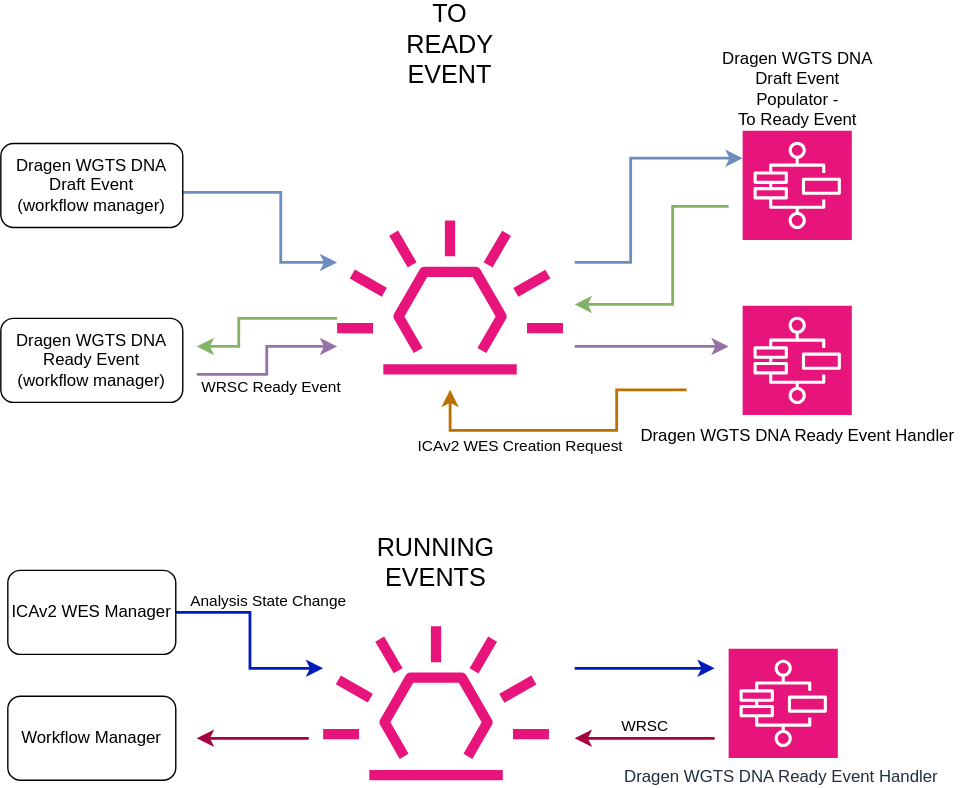
This is docs/drawio-exports/dragen-tso-ctdna.drawio.svg from OrcaBus/service-dragen-wgts-dna-pipeline-manager, a draw.io export, as it was before one commit. Source tidied: cells renumbered, new cells last; positions are measured from the earlier drawing's top-left corner, leaving out a move shared by most shapes.
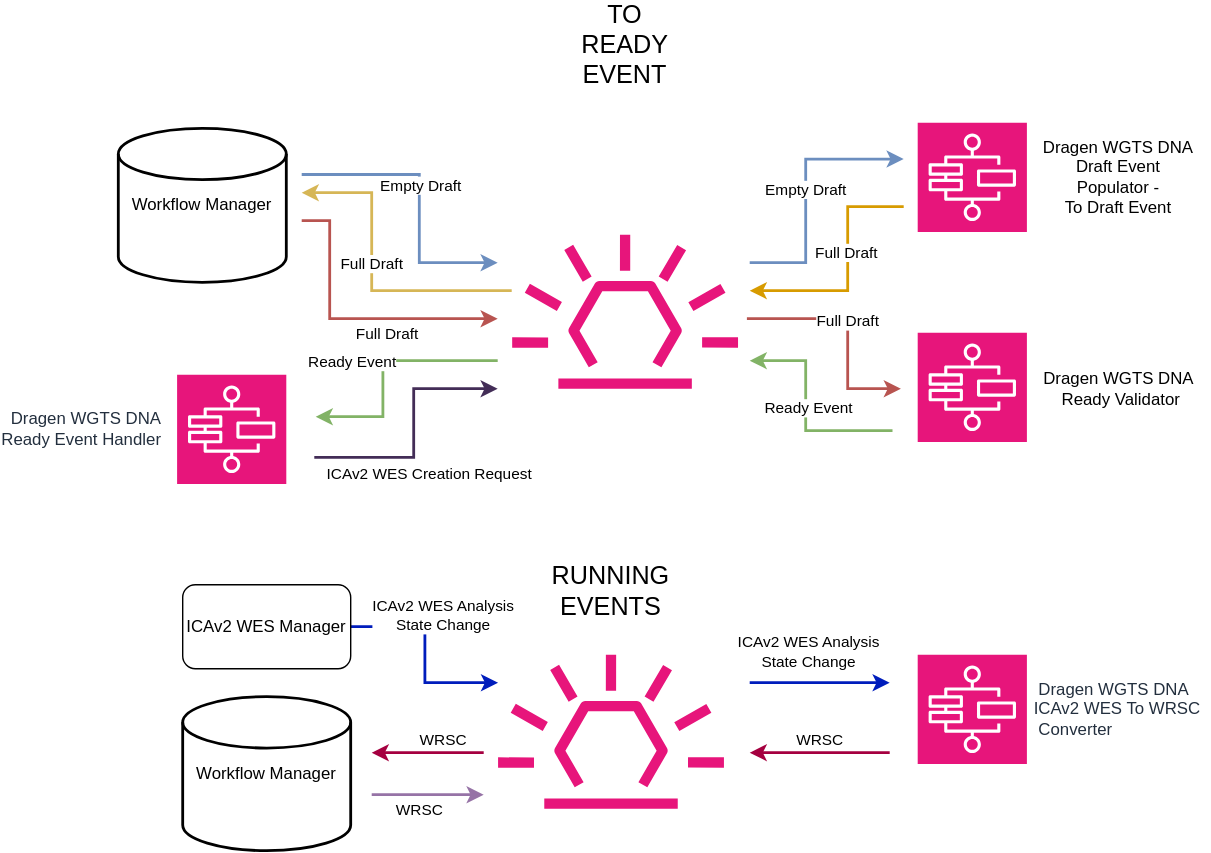
The same file after the commit.

Diff of the diagram source:
```diff
@@ -2,165 +2,246 @@
   <root>
     <mxCell id="0" />
     <mxCell id="1" parent="0" />
-    <mxCell id="2" style="edgeStyle=orthogonalEdgeStyle;rounded=0;jettySize=auto;html=1;fillColor=#dae8fc;strokeColor=#6c8ebf;strokeWidth=2;" parent="1" edge="1" source="3" target="4">
+    <mxCell id="2" style="edgeStyle=orthogonalEdgeStyle;rounded=0;orthogonalLoop=1;jettySize=auto;html=1;fillColor=#dae8fc;strokeColor=#6c8ebf;strokeWidth=2;" parent="1" edge="1">
       <mxGeometry relative="1" as="geometry">
+        <mxPoint x="90" y="107" as="sourcePoint" />
+        <mxPoint x="230" y="170" as="targetPoint" />
         <Array as="points">
-          <mxPoint x="200" y="120" />
-          <mxPoint x="200" y="170" />
+          <mxPoint x="174" y="107" />
+          <mxPoint x="174" y="170" />
         </Array>
       </mxGeometry>
     </mxCell>
-    <mxCell id="3" value="Dragen WGTS DNA Draft Event&lt;br&gt;(workflow manager)" style="rounded=1;whiteSpace=wrap;html=1;" parent="1" vertex="1">
-      <mxGeometry y="85" width="130" height="60" as="geometry" />
-    </mxCell>
+    <mxCell id="30" value="Empty Draft" style="edgeLabel;html=1;align=center;verticalAlign=middle;" parent="2" vertex="1">
+      <mxGeometry x="0.06" y="-5" relative="1" as="geometry">
+        <mxPoint x="5" y="-17" as="offset" />
+      </mxGeometry>
+    </mxCell>
+    <mxCell id="31" style="edgeStyle=orthogonalEdgeStyle;rounded=0;orthogonalLoop=1;jettySize=auto;html=1;fillColor=#f8cecc;strokeColor=#b85450;strokeWidth=2;" parent="1" edge="1">
+      <mxGeometry relative="1" as="geometry">
+        <mxPoint x="90" y="140" as="sourcePoint" />
+        <mxPoint x="230" y="210" as="targetPoint" />
+        <Array as="points">
+          <mxPoint x="110" y="140" />
+          <mxPoint x="110" y="210" />
+        </Array>
+      </mxGeometry>
+    </mxCell>
+    <mxCell id="32" value="Full Draft" style="edgeLabel;html=1;align=center;verticalAlign=middle;" parent="31" vertex="1">
+      <mxGeometry x="-0.49" y="1" relative="1" as="geometry">
+        <mxPoint x="39" y="46" as="offset" />
+      </mxGeometry>
+    </mxCell>
     <mxCell id="4" style="sketch=0;outlineConnect=0;fontColor=#232F3E;gradientColor=none;fillColor=#E7157B;strokeColor=none;dashed=0;verticalLabelPosition=bottom;verticalAlign=top;align=center;html=1;fontSize=12;fontStyle=0;shape=mxgraph.aws4.eventbridge_default_event_bus_resource;" parent="1" vertex="1">
-      <mxGeometry x="240" y="140" width="161.9" height="110" as="geometry" />
+      <mxGeometry x="240.1" y="150" width="161.9" height="110" as="geometry" />
     </mxCell>
-    <mxCell id="5" value="Dragen WGTS DNA Ready Event&lt;br&gt;(workflow manager)" style="rounded=1;whiteSpace=wrap;html=1;" parent="1" vertex="1">
-      <mxGeometry y="210" width="130" height="60" as="geometry" />
-    </mxCell>
     <mxCell id="6" style="sketch=0;points=[[0,0,0],[0.25,0,0],[0.5,0,0],[0.75,0,0],[1,0,0],[0,1,0],[0.25,1,0],[0.5,1,0],[0.75,1,0],[1,1,0],[0,0.25,0],[0,0.5,0],[0,0.75,0],[1,0.25,0],[1,0.5,0],[1,0.75,0]];outlineConnect=0;fontColor=#232F3E;fillColor=#E7157B;strokeColor=#ffffff;dashed=0;verticalLabelPosition=bottom;verticalAlign=top;align=center;html=1;fontSize=12;fontStyle=0;shape=mxgraph.aws4.resourceIcon;resIcon=mxgraph.aws4.step_functions;" parent="1" vertex="1">
-      <mxGeometry x="530" y="76" width="78" height="78" as="geometry" />
+      <mxGeometry x="530" y="70" width="78" height="78" as="geometry" />
     </mxCell>
     <mxCell id="7" style="sketch=0;fontColor=#232F3E;fillColor=#E7157B;strokeColor=#ffffff;dashed=0;verticalLabelPosition=bottom;verticalAlign=top;align=center;html=1;fontSize=12;fontStyle=0;shape=mxgraph.aws4.resourceIcon;resIcon=mxgraph.aws4.step_functions;" parent="1" vertex="1">
-      <mxGeometry x="530" y="201" width="78" height="78" as="geometry" />
+      <mxGeometry x="530" y="220" width="78" height="78" as="geometry" />
     </mxCell>
     <mxCell id="8" style="edgeStyle=orthogonalEdgeStyle;rounded=0;jettySize=auto;html=1;fillColor=#0050ef;strokeColor=#001DBC;strokeWidth=2;" parent="1" edge="1" source="10" target="11">
       <mxGeometry relative="1" as="geometry">
         <Array as="points">
-          <mxPoint x="178" y="420" />
-          <mxPoint x="178" y="460" />
+          <mxPoint x="178" y="430" />
+          <mxPoint x="178" y="470" />
         </Array>
       </mxGeometry>
     </mxCell>
-    <mxCell id="9" value="Analysis State Change" style="edgeLabel;html=1;align=center;verticalAlign=middle;" parent="8" vertex="1">
+    <mxCell id="9" value="ICAv2 WES Analysis&lt;div&gt;State Change&lt;/div&gt;" style="edgeLabel;html=1;align=center;verticalAlign=middle;" parent="8" vertex="1">
       <mxGeometry x="-0.3" y="9" relative="1" as="geometry">
         <mxPoint x="14" as="offset" />
       </mxGeometry>
     </mxCell>
     <mxCell id="10" value="ICAv2 WES Manager" style="rounded=1;whiteSpace=wrap;html=1;" parent="1" vertex="1">
-      <mxGeometry x="5" y="390" width="120" height="60" as="geometry" />
+      <mxGeometry x="5" y="400" width="120" height="60" as="geometry" />
     </mxCell>
     <mxCell id="11" style="sketch=0;outlineConnect=0;fontColor=#232F3E;gradientColor=none;fillColor=#E7157B;strokeColor=none;dashed=0;verticalLabelPosition=bottom;verticalAlign=top;align=center;html=1;fontSize=12;fontStyle=0;shape=mxgraph.aws4.eventbridge_default_event_bus_resource;" parent="1" vertex="1">
-      <mxGeometry x="230" y="430" width="161.9" height="110" as="geometry" />
+      <mxGeometry x="230" y="450" width="161.9" height="110" as="geometry" />
     </mxCell>
-    <mxCell id="12" value="Dragen WGTS DNA Ready Event Handler&amp;nbsp;" style="sketch=0;fontColor=#232F3E;fillColor=#E7157B;strokeColor=#ffffff;dashed=0;verticalLabelPosition=bottom;verticalAlign=top;align=center;html=1;fontSize=12;fontStyle=0;shape=mxgraph.aws4.resourceIcon;resIcon=mxgraph.aws4.step_functions;" parent="1" vertex="1">
-      <mxGeometry x="520" y="446" width="78" height="78" as="geometry" />
+    <mxCell id="12" value="Dragen WGTS DNA&amp;nbsp; &amp;nbsp;&lt;div&gt;Ready Event Handler&amp;nbsp; &amp;nbsp;&lt;/div&gt;" style="sketch=0;fontColor=#232F3E;fillColor=#E7157B;strokeColor=#ffffff;dashed=0;verticalLabelPosition=middle;verticalAlign=middle;align=right;html=1;fontSize=12;fontStyle=0;shape=mxgraph.aws4.resourceIcon;resIcon=mxgraph.aws4.step_functions;labelPosition=left;" parent="1" vertex="1">
+      <mxGeometry x="1" y="250" width="78" height="78" as="geometry" />
     </mxCell>
-    <mxCell id="13" value="Workflow Manager" style="rounded=1;whiteSpace=wrap;html=1;" parent="1" vertex="1">
-      <mxGeometry x="5" y="480" width="120" height="60" as="geometry" />
-    </mxCell>
-    <mxCell id="14" style="edgeStyle=orthogonalEdgeStyle;rounded=0;jettySize=auto;html=1;fillColor=#dae8fc;strokeColor=#6c8ebf;strokeWidth=2;entryX=0;entryY=0.25;entryDx=0;entryDy=0;entryPerimeter=0;" parent="1" edge="1" target="6">
+    <mxCell id="14" style="edgeStyle=orthogonalEdgeStyle;rounded=0;orthogonalLoop=1;jettySize=auto;html=1;fillColor=#dae8fc;strokeColor=#6c8ebf;strokeWidth=2;" parent="1" edge="1">
       <mxGeometry relative="1" as="geometry">
         <mxPoint x="410" y="170" as="sourcePoint" />
+        <mxPoint x="520" y="96" as="targetPoint" />
         <Array as="points">
           <mxPoint x="450" y="170" />
           <mxPoint x="450" y="96" />
         </Array>
       </mxGeometry>
     </mxCell>
+    <mxCell id="33" value="Empty Draft" style="edgeLabel;html=1;align=center;verticalAlign=middle;" parent="14" vertex="1">
+      <mxGeometry x="0.01" y="1" relative="1" as="geometry" />
+    </mxCell>
-    <mxCell id="15" style="edgeStyle=orthogonalEdgeStyle;rounded=0;orthogonalLoop=1;jettySize=auto;html=1;fillColor=#d5e8d4;strokeColor=#82b366;strokeWidth=2;" parent="1" edge="1">
+    <mxCell id="15" style="edgeStyle=orthogonalEdgeStyle;rounded=0;orthogonalLoop=1;jettySize=auto;html=1;fillColor=#ffe6cc;strokeColor=#d79b00;strokeWidth=2;" parent="1" edge="1">
       <mxGeometry relative="1" as="geometry">
         <mxPoint x="520" y="130" as="sourcePoint" />
-        <mxPoint x="410" y="200" as="targetPoint" />
+        <mxPoint x="410" y="190" as="targetPoint" />
         <Array as="points">
+          <mxPoint x="520" y="130" />
           <mxPoint x="480" y="130" />
-          <mxPoint x="480" y="200" />
-          <mxPoint x="410" y="200" />
+          <mxPoint x="480" y="190" />
         </Array>
       </mxGeometry>
     </mxCell>
+    <mxCell id="34" value="Full Draft" style="edgeLabel;html=1;align=center;verticalAlign=middle;" parent="15" vertex="1">
+      <mxGeometry x="-0.26" y="-2" relative="1" as="geometry">
+        <mxPoint y="9" as="offset" />
+      </mxGeometry>
+    </mxCell>
-    <mxCell id="16" style="edgeStyle=orthogonalEdgeStyle;rounded=0;jettySize=auto;html=1;fillColor=#d5e8d4;strokeColor=#82b366;strokeWidth=2;" parent="1" edge="1" source="4">
+    <mxCell id="16" style="edgeStyle=orthogonalEdgeStyle;rounded=0;orthogonalLoop=1;jettySize=auto;html=1;fillColor=#fff2cc;strokeColor=#d6b656;strokeWidth=2;" parent="1" edge="1">
       <mxGeometry relative="1" as="geometry">
-        <mxPoint x="140" y="230" as="targetPoint" />
+        <mxPoint x="240" y="190" as="sourcePoint" />
+        <mxPoint x="90" y="120" as="targetPoint" />
         <Array as="points">
-          <mxPoint x="170" y="210" />
-          <mxPoint x="170" y="230" />
+          <mxPoint x="140" y="190" />
+          <mxPoint x="140" y="120" />
         </Array>
       </mxGeometry>
     </mxCell>
-    <mxCell id="17" style="edgeStyle=orthogonalEdgeStyle;rounded=0;jettySize=auto;html=1;fillColor=#e1d5e7;strokeColor=#9673a6;strokeWidth=2;" parent="1" edge="1" target="4">
-      <mxGeometry relative="1" as="geometry">
-        <mxPoint x="140" y="250" as="sourcePoint" />
-        <Array as="points">
-          <mxPoint x="190" y="250" />
-          <mxPoint x="190" y="230" />
-        </Array>
-      </mxGeometry>
-    </mxCell>
-    <mxCell id="18" value="WRSC Ready Event" style="edgeLabel;html=1;align=center;verticalAlign=middle;" parent="17" vertex="1">
-      <mxGeometry x="-0.17" y="-8" relative="1" as="geometry">
-        <mxPoint x="-6" y="8" as="offset" />
-      </mxGeometry>
-    </mxCell>
+    <mxCell id="35" value="Full Draft" style="edgeLabel;html=1;align=center;verticalAlign=middle;" parent="16" vertex="1">
+      <mxGeometry x="-0.21" y="-2" relative="1" as="geometry">
+        <mxPoint x="-14" y="-18" as="offset" />
+      </mxGeometry>
+    </mxCell>
-    <mxCell id="19" style="edgeStyle=orthogonalEdgeStyle;rounded=0;orthogonalLoop=1;jettySize=auto;html=1;fillColor=#e1d5e7;strokeColor=#9673a6;strokeWidth=2;" parent="1" edge="1">
+    <mxCell id="19" style="edgeStyle=orthogonalEdgeStyle;rounded=0;orthogonalLoop=1;jettySize=auto;html=1;fillColor=#f8cecc;strokeColor=#b85450;strokeWidth=2;" parent="1" edge="1">
       <mxGeometry relative="1" as="geometry">
-        <mxPoint x="410" y="230" as="sourcePoint" />
-        <mxPoint x="520" y="230" as="targetPoint" />
+        <mxPoint x="408" y="210" as="sourcePoint" />
+        <mxPoint x="518" y="260" as="targetPoint" />
         <Array as="points">
-          <mxPoint x="480" y="230" />
-          <mxPoint x="480" y="230" />
+          <mxPoint x="480" y="210" />
+          <mxPoint x="480" y="260" />
+          <mxPoint x="518" y="260" />
         </Array>
       </mxGeometry>
     </mxCell>
+    <mxCell id="36" value="Full Draft" style="edgeLabel;html=1;align=center;verticalAlign=middle;" parent="19" vertex="1">
+      <mxGeometry x="-0.11" y="-1" relative="1" as="geometry" />
+    </mxCell>
-    <mxCell id="20" value="Dragen WGTS DNA &lt;br&gt;Draft Event &lt;br&gt;Populator - &lt;br&gt;To Ready Event" style="text;html=1;align=center;verticalAlign=middle;strokeColor=none;fillColor=none;" parent="1" vertex="1">
-      <mxGeometry x="504" y="11" width="130" height="70" as="geometry" />
+    <mxCell id="20" value="Dragen WGTS DNA &lt;br&gt;Draft Event &lt;br&gt;Populator - &lt;br&gt;To Draft Event" style="text;html=1;align=center;verticalAlign=middle;strokeColor=none;fillColor=none;" parent="1" vertex="1">
+      <mxGeometry x="608" y="74" width="130" height="70" as="geometry" />
     </mxCell>
-    <mxCell id="21" value="Dragen WGTS DNA Ready Event Handler" style="text;html=1;align=center;verticalAlign=middle;strokeColor=none;fillColor=none;" parent="1" vertex="1">
-      <mxGeometry x="444" y="279" width="250" height="30" as="geometry" />
+    <mxCell id="21" value="Dragen WGTS DNA&amp;nbsp;&lt;div&gt;Ready Validator&lt;/div&gt;" style="text;html=1;align=center;verticalAlign=middle;strokeColor=none;fillColor=none;" parent="1" vertex="1">
+      <mxGeometry x="610" y="240" width="130" height="40" as="geometry" />
     </mxCell>
     <mxCell id="22" value="&lt;font style=&quot;font-size: 18px;&quot;&gt;TO READY EVENT&lt;/font&gt;" style="text;html=1;align=center;verticalAlign=middle;whiteSpace=wrap;rounded=0;" parent="1" vertex="1">
       <mxGeometry x="291" width="60" height="30" as="geometry" />
     </mxCell>
     <mxCell id="23" value="&lt;span style=&quot;font-size: 18px;&quot;&gt;RUNNING EVENTS&lt;/span&gt;" style="text;html=1;align=center;verticalAlign=middle;whiteSpace=wrap;rounded=0;" parent="1" vertex="1">
-      <mxGeometry x="280.9" y="370" width="60" height="30" as="geometry" />
+      <mxGeometry x="280.9" y="390" width="60" height="30" as="geometry" />
     </mxCell>
     <mxCell id="24" style="edgeStyle=orthogonalEdgeStyle;rounded=0;orthogonalLoop=1;jettySize=auto;html=1;fillColor=#0050ef;strokeColor=#001DBC;strokeWidth=2;" parent="1" edge="1">
       <mxGeometry relative="1" as="geometry">
-        <mxPoint x="410" y="460" as="sourcePoint" />
-        <mxPoint x="510" y="460" as="targetPoint" />
+        <mxPoint x="410" y="470" as="sourcePoint" />
+        <mxPoint x="510" y="470" as="targetPoint" />
         <Array as="points">
-          <mxPoint x="510" y="460" />
+          <mxPoint x="510" y="470" />
         </Array>
       </mxGeometry>
     </mxCell>
     <mxCell id="25" style="edgeStyle=orthogonalEdgeStyle;rounded=0;orthogonalLoop=1;jettySize=auto;html=1;fillColor=#d80073;strokeColor=#A50040;strokeWidth=2;" parent="1" edge="1">
       <mxGeometry relative="1" as="geometry">
-        <mxPoint x="510" y="510" as="sourcePoint" />
-        <mxPoint x="410" y="510" as="targetPoint" />
+        <mxPoint x="510" y="520" as="sourcePoint" />
+        <mxPoint x="410" y="520" as="targetPoint" />
         <Array as="points">
-          <mxPoint x="470" y="510" />
-          <mxPoint x="470" y="510" />
+          <mxPoint x="470" y="520" />
+          <mxPoint x="470" y="520" />
         </Array>
       </mxGeometry>
     </mxCell>
     <mxCell id="26" style="edgeStyle=orthogonalEdgeStyle;rounded=0;orthogonalLoop=1;jettySize=auto;html=1;fillColor=#d80073;strokeColor=#A50040;strokeWidth=2;" parent="1" edge="1">
       <mxGeometry relative="1" as="geometry">
-        <mxPoint x="220" y="510" as="sourcePoint" />
-        <mxPoint x="140" y="510" as="targetPoint" />
+        <mxPoint x="220" y="520" as="sourcePoint" />
+        <mxPoint x="140" y="520" as="targetPoint" />
         <Array as="points">
-          <mxPoint x="140" y="510" />
+          <mxPoint x="140" y="520" />
         </Array>
       </mxGeometry>
     </mxCell>
-    <mxCell id="27" style="edgeStyle=orthogonalEdgeStyle;rounded=0;orthogonalLoop=1;jettySize=auto;html=1;fillColor=#f0a30a;strokeColor=#BD7000;strokeWidth=2;" parent="1" edge="1">
+    <mxCell id="27" style="edgeStyle=orthogonalEdgeStyle;rounded=0;orthogonalLoop=1;jettySize=auto;html=1;fillColor=#76608a;strokeColor=#432D57;strokeWidth=2;" parent="1" edge="1">
       <mxGeometry relative="1" as="geometry">
-        <mxPoint x="490" y="261" as="sourcePoint" />
-        <mxPoint x="321" y="261" as="targetPoint" />
+        <mxPoint x="100" y="310" as="sourcePoint" />
+        <mxPoint x="230" y="260" as="targetPoint" />
         <Array as="points">
-          <mxPoint x="440" y="261" />
-          <mxPoint x="440" y="290" />
-          <mxPoint x="321" y="290" />
+          <mxPoint x="100" y="309" />
+          <mxPoint x="170" y="309" />
+          <mxPoint x="170" y="260" />
         </Array>
       </mxGeometry>
     </mxCell>
     <mxCell id="28" value="ICAv2 WES Creation Request" style="edgeLabel;html=1;align=center;verticalAlign=middle;" parent="27" vertex="1">
       <mxGeometry x="0.09" y="-8" relative="1" as="geometry">
-        <mxPoint x="-25" y="18" as="offset" />
+        <mxPoint x="2" y="38" as="offset" />
       </mxGeometry>
     </mxCell>
     <mxCell id="29" value="WRSC" style="edgeLabel;html=1;align=center;verticalAlign=middle;" parent="1" vertex="1">
-      <mxGeometry x="459" y="500" as="geometry" />
+      <mxGeometry x="459" y="510" as="geometry" />
     </mxCell>
+    <mxCell id="37" style="edgeStyle=orthogonalEdgeStyle;rounded=0;orthogonalLoop=1;jettySize=auto;html=1;fillColor=#d5e8d4;strokeColor=#82b366;strokeWidth=2;" parent="1" edge="1">
+      <mxGeometry relative="1" as="geometry">
+        <mxPoint x="510" y="290" as="sourcePoint" />
+        <mxPoint x="410" y="240" as="targetPoint" />
+        <Array as="points">
+          <mxPoint x="512" y="290" />
+          <mxPoint x="450" y="290" />
+          <mxPoint x="450" y="240" />
+        </Array>
+      </mxGeometry>
+    </mxCell>
+    <mxCell id="38" value="Ready Event" style="edgeLabel;html=1;align=center;verticalAlign=middle;" parent="37" vertex="1">
+      <mxGeometry x="-0.11" y="-1" relative="1" as="geometry">
+        <mxPoint y="-12" as="offset" />
+      </mxGeometry>
+    </mxCell>
+    <mxCell id="39" value="Workflow Manager" style="strokeWidth=2;html=1;shape=mxgraph.flowchart.database;whiteSpace=wrap;" parent="1" vertex="1">
+      <mxGeometry x="-41" y="74" width="120" height="110" as="geometry" />
+    </mxCell>
+    <mxCell id="40" style="edgeStyle=orthogonalEdgeStyle;rounded=0;orthogonalLoop=1;jettySize=auto;html=1;fillColor=#d5e8d4;strokeColor=#82b366;strokeWidth=2;" parent="1" edge="1">
+      <mxGeometry relative="1" as="geometry">
+        <mxPoint x="230" y="240" as="sourcePoint" />
+        <mxPoint x="100" y="280" as="targetPoint" />
+        <Array as="points">
+          <mxPoint x="220" y="240" />
+          <mxPoint x="148" y="240" />
+          <mxPoint x="148" y="280" />
+        </Array>
+      </mxGeometry>
+    </mxCell>
+    <mxCell id="41" value="Ready Event" style="edgeLabel;html=1;align=center;verticalAlign=middle;" parent="40" vertex="1">
+      <mxGeometry x="-0.11" y="-1" relative="1" as="geometry">
+        <mxPoint x="-29" y="1" as="offset" />
+      </mxGeometry>
+    </mxCell>
+    <mxCell id="42" value="&amp;nbsp; Dragen WGTS DNA&amp;nbsp;&lt;div&gt;&amp;nbsp;ICAv2 WES To WRSC&lt;/div&gt;&lt;div&gt;&amp;nbsp; Converter&lt;/div&gt;" style="sketch=0;fontColor=#232F3E;fillColor=#E7157B;strokeColor=#ffffff;dashed=0;verticalLabelPosition=middle;verticalAlign=middle;align=left;html=1;fontSize=12;fontStyle=0;shape=mxgraph.aws4.resourceIcon;resIcon=mxgraph.aws4.step_functions;labelPosition=right;" parent="1" vertex="1">
+      <mxGeometry x="530" y="450" width="78" height="78" as="geometry" />
+    </mxCell>
+    <mxCell id="43" value="ICAv2 WES Analysis&lt;div&gt;State Change&lt;/div&gt;" style="edgeLabel;html=1;align=center;verticalAlign=middle;" parent="1" vertex="1">
+      <mxGeometry x="240.1" y="370" as="geometry">
+        <mxPoint x="211" y="77" as="offset" />
+      </mxGeometry>
+    </mxCell>
+    <mxCell id="44" value="WRSC" style="edgeLabel;html=1;align=center;verticalAlign=middle;" parent="1" vertex="1">
+      <mxGeometry x="190" y="510" as="geometry" />
+    </mxCell>
+    <mxCell id="45" value="Workflow Manager" style="strokeWidth=2;html=1;shape=mxgraph.flowchart.database;whiteSpace=wrap;" parent="1" vertex="1">
+      <mxGeometry x="5" y="480" width="120" height="110" as="geometry" />
+    </mxCell>
+    <mxCell id="46" style="edgeStyle=orthogonalEdgeStyle;rounded=0;orthogonalLoop=1;jettySize=auto;html=1;fillColor=#e1d5e7;strokeColor=#9673a6;strokeWidth=2;" parent="1" edge="1">
+      <mxGeometry relative="1" as="geometry">
+        <mxPoint x="140" y="550" as="sourcePoint" />
+        <mxPoint x="220" y="550" as="targetPoint" />
+        <Array as="points">
+          <mxPoint x="140" y="550" />
+        </Array>
+      </mxGeometry>
+    </mxCell>
+    <mxCell id="47" value="WRSC" style="edgeLabel;html=1;align=center;verticalAlign=middle;" parent="46" vertex="1">
+      <mxGeometry x="-0.17" y="-1" relative="1" as="geometry">
+        <mxPoint y="9" as="offset" />
+      </mxGeometry>
+    </mxCell>
   </root>
 </mxGraphModel>
```
